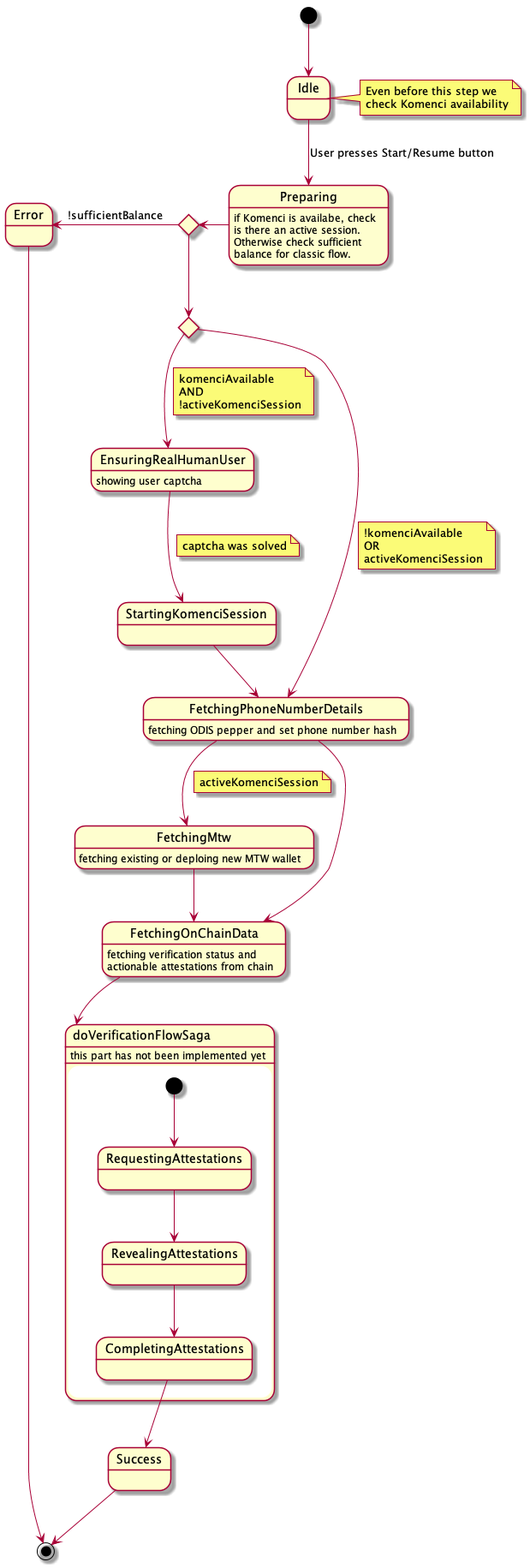
Above: packages/mobile/docs/verification_state_machine.png in valora-inc/wallet (PlantUML), before the change. Its diagram source:
```plantuml
@startuml
[*] --> Idle
Idle --> Preparing : User presses Start/Resume button
note right of Idle
Even before this step we
check Komenci availability
end note


Preparing: if Komenci is availabe, check
Preparing: is there an active session.
Preparing: Otherwise check sufficient
Preparing: balance for classic flow.

state a <<choice>>
state b <<choice>>
Preparing -left-> a
a -left-> Error: !sufficientBalance
a --> b
b --> EnsuringRealHumanUser
note on link
komenciAvailable
AND
!activeKomenciSession
end note
b --> FetchingPhoneNumberDetails
note on link
!komenciAvailable
OR
activeKomenciSession
end note

EnsuringRealHumanUser: showing user captcha
EnsuringRealHumanUser --> StartingKomenciSession
note on link: captcha was solved

StartingKomenciSession --> FetchingPhoneNumberDetails

FetchingPhoneNumberDetails: fetching ODIS pepper and set phone number hash
FetchingPhoneNumberDetails --> FetchingMtw
note on link: activeKomenciSession
FetchingOnChainData: fetching verification status and
FetchingOnChainData: actionable attestations from chain
FetchingMtw --> FetchingOnChainData
FetchingMtw: fetching existing or deploing new MTW wallet
FetchingPhoneNumberDetails --> FetchingOnChainData

state doVerificationFlowSaga {
  [*] --> RequestingAttestations
  RequestingAttestations --> RevealingAttestations
  RevealingAttestations --> CompletingAttestations
}
doVerificationFlowSaga: this part has not been implemented yet

FetchingOnChainData --> doVerificationFlowSaga
CompletingAttestations --> Success
Success --> [*]
Error --> [*]
@enduml
```
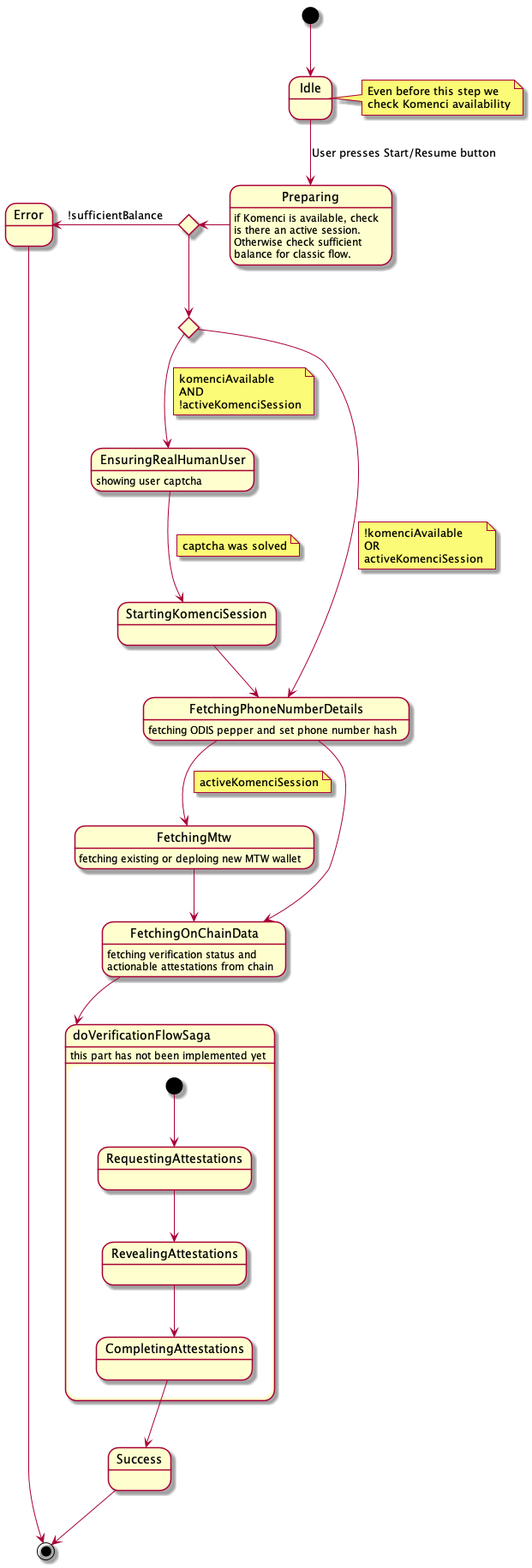
Later version of the same file.

Diff of the diagram source:
```diff
@@ -7,7 +7,7 @@
 end note
 
 
-Preparing: if Komenci is availabe, check
+Preparing: if Komenci is available, check
 Preparing: is there an active session.
 Preparing: Otherwise check sufficient
 Preparing: balance for classic flow.
```
